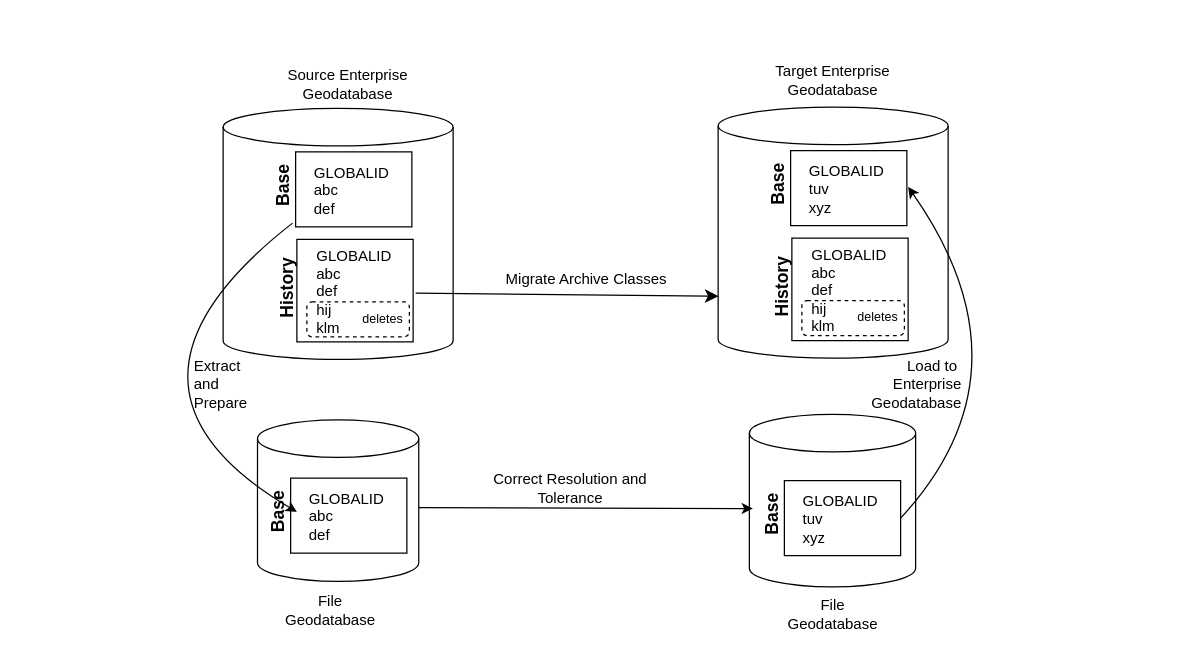
The draw.io diagram doc/archive-issue.drawio in mattyschell/cscl-migrate, before the edit. Source tidied: cells renumbered, new cells numbered last; positions are measured from the earlier drawing's top-left corner, leaving out a move shared by most shapes. Both pictures are drawn from the tidied source at 125%, with x=0, y=0 at pixel (84, 61).
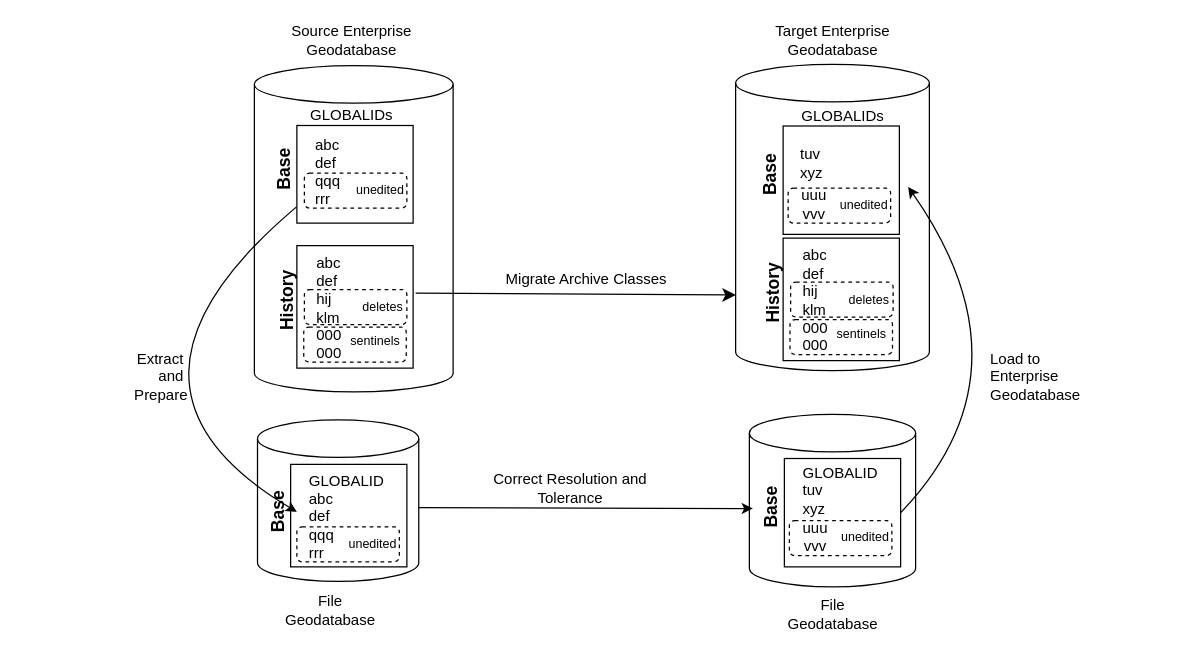
Above is the later version.

Commit message (it also covers changes not shown here):
revises diagrams for #71

Change to the diagram source:
```diff
@@
     <mxCell id="2" style="shape=cylinder3;whiteSpace=wrap;html=1;boundedLbl=1;backgroundOutline=1;size=15;" parent="1" vertex="1">
-      <mxGeometry x="111" y="37.2" width="184" height="200.8" as="geometry" />
+      <mxGeometry x="136" y="3" width="159" height="261" as="geometry" />
     </mxCell>
     <mxCell id="3" value="&lt;div&gt;Source Enterprise Geodatabase&lt;/div&gt;" style="text;html=1;align=center;verticalAlign=middle;whiteSpace=wrap;rounded=0;" parent="1" vertex="1">
-      <mxGeometry x="160" y="3" width="102" height="30" as="geometry" />
+      <mxGeometry x="163" y="-32" width="102" height="30" as="geometry" />
     </mxCell>
@@
-    <mxCell id="10" value="Extract&amp;nbsp;&lt;div&gt;and&amp;nbsp;&lt;div&gt;Prepare&lt;/div&gt;&lt;/div&gt;" style="text;html=1;align=left;verticalAlign=middle;whiteSpace=wrap;rounded=0;" parent="1" vertex="1">
-      <mxGeometry x="86" y="243" width="135" height="30" as="geometry" />
+    <mxCell id="10" value="Extract&amp;nbsp;&lt;div&gt;and&amp;nbsp;&lt;div&gt;Prepare&lt;/div&gt;&lt;/div&gt;" style="text;html=1;align=right;verticalAlign=middle;whiteSpace=wrap;rounded=0;" parent="1" vertex="1">
+      <mxGeometry x="-50" y="237" width="135" height="30" as="geometry" />
     </mxCell>
@@
     <mxCell id="13" value="&lt;div&gt;Target Enterprise Geodatabase&lt;/div&gt;" style="text;html=1;align=center;verticalAlign=middle;whiteSpace=wrap;rounded=0;" parent="1" vertex="1">
-      <mxGeometry x="547.5" width="102" height="30" as="geometry" />
+      <mxGeometry x="548" y="-32" width="102" height="30" as="geometry" />
     </mxCell>
-    <mxCell id="14" value="Load to&amp;nbsp;&lt;div&gt;Enterprise&lt;/div&gt;&lt;div&gt;Geodatabase&lt;/div&gt;" style="text;html=1;align=right;verticalAlign=middle;whiteSpace=wrap;rounded=0;" parent="1" vertex="1">
-      <mxGeometry x="566" y="243" width="138" height="30" as="geometry" />
+    <mxCell id="14" value="Load to&amp;nbsp;&lt;div&gt;Enterprise&lt;/div&gt;&lt;div&gt;Geodatabase&lt;/div&gt;" style="text;html=1;align=left;verticalAlign=middle;whiteSpace=wrap;rounded=0;" parent="1" vertex="1">
+      <mxGeometry x="723" y="237" width="138" height="30" as="geometry" />
     </mxCell>
     <mxCell id="15" style="group;" parent="1" vertex="1">
-      <mxGeometry x="144" y="69" width="118" height="63" as="geometry" />
+      <mxGeometry x="145" y="47" width="122" height="82" as="geometry" />
     </mxCell>
     <mxCell id="16" style="rounded=0;whiteSpace=wrap;html=1;" parent="15" vertex="1">
-      <mxGeometry x="25" y="3" width="93" height="60" as="geometry" />
+      <mxGeometry x="25" y="3.9" width="93" height="78.1" as="geometry" />
     </mxCell>
-    <mxCell id="17" value="GLOBALID&lt;div&gt;abc&lt;/div&gt;&lt;div&gt;def&lt;/div&gt;" style="text;html=1;whiteSpace=wrap;strokeColor=none;fillColor=none;align=left;verticalAlign=middle;rounded=0;" parent="15" vertex="1">
-      <mxGeometry x="38" y="15" width="60" height="37.2" as="geometry" />
+    <mxCell id="17" value="&lt;div&gt;&lt;span style=&quot;color: light-dark(rgb(0, 0, 0), rgb(51, 255, 51));&quot;&gt;abc&lt;/span&gt;&lt;/div&gt;&lt;div&gt;&lt;span style=&quot;color: light-dark(rgb(0, 0, 0), rgb(51, 255, 51));&quot;&gt;def&lt;/span&gt;&lt;/div&gt;&lt;div&gt;qqq&lt;/div&gt;&lt;div&gt;rrr&lt;/div&gt;" style="text;html=1;whiteSpace=wrap;strokeColor=none;fillColor=none;align=left;verticalAlign=middle;rounded=0;" parent="15" vertex="1">
+      <mxGeometry x="38" y="16.5" width="60" height="48.5" as="geometry" />
     </mxCell>
     <mxCell id="18" value="Base" style="text;html=1;whiteSpace=wrap;strokeColor=none;fillColor=none;align=center;verticalAlign=middle;rounded=0;rotation=270;fontStyle=1;fontSize=14;" parent="15" vertex="1">
-      <mxGeometry x="-15" y="15" width="60" height="30" as="geometry" />
+      <mxGeometry x="-15" y="19.5" width="60" height="39" as="geometry" />
     </mxCell>
+    <mxCell id="46" style="rounded=1;whiteSpace=wrap;html=1;dashed=1;fillColor=none;" parent="15" vertex="1">
+      <mxGeometry x="31" y="42" width="82" height="28" as="geometry" />
+    </mxCell>
+    <mxCell id="47" value="unedited" style="text;html=1;whiteSpace=wrap;strokeColor=none;fillColor=none;align=center;verticalAlign=middle;rounded=0;fontSize=10;" parent="15" vertex="1">
+      <mxGeometry x="62" y="40" width="60" height="30" as="geometry" />
+    </mxCell>
     <mxCell id="19" style="group;" parent="1" vertex="1">
-      <mxGeometry x="147" y="142" width="122" height="82" as="geometry" />
+      <mxGeometry x="147" y="142" width="122" height="103" as="geometry" />
     </mxCell>
     <mxCell id="20" style="rounded=0;whiteSpace=wrap;html=1;" parent="19" vertex="1">
-      <mxGeometry x="23" width="93" height="82" as="geometry" />
+      <mxGeometry x="23" y="5" width="93" height="98" as="geometry" />
     </mxCell>
-    <mxCell id="21" value="GLOBALID&lt;div&gt;abc&lt;/div&gt;&lt;div&gt;def&lt;/div&gt;&lt;div&gt;hij&lt;/div&gt;&lt;div&gt;klm&lt;/div&gt;" style="text;html=1;whiteSpace=wrap;strokeColor=none;fillColor=none;align=left;verticalAlign=middle;rounded=0;" parent="19" vertex="1">
-      <mxGeometry x="37" y="23" width="60" height="37.2" as="geometry" />
+    <mxCell id="21" value="&lt;div&gt;&lt;span style=&quot;color: light-dark(rgb(0, 0, 0), rgb(51, 255, 51));&quot;&gt;abc&lt;/span&gt;&lt;/div&gt;&lt;div&gt;&lt;span style=&quot;color: light-dark(rgb(0, 0, 0), rgb(51, 255, 51));&quot;&gt;def&lt;/span&gt;&lt;/div&gt;&lt;div&gt;hij&lt;/div&gt;&lt;div&gt;klm&lt;/div&gt;&lt;div&gt;000&lt;/div&gt;&lt;div&gt;000&lt;/div&gt;" style="text;html=1;whiteSpace=wrap;strokeColor=none;fillColor=none;align=left;verticalAlign=middle;rounded=0;" parent="19" vertex="1">
+      <mxGeometry x="37" y="31.9" width="60" height="46.8" as="geometry" />
     </mxCell>
     <mxCell id="22" value="History" style="text;html=1;whiteSpace=wrap;strokeColor=none;fillColor=none;align=center;verticalAlign=middle;rounded=0;rotation=270;fontStyle=1;fontSize=14;" parent="19" vertex="1">
-      <mxGeometry x="-15" y="24" width="60" height="30" as="geometry" />
+      <mxGeometry x="-15" y="30.1" width="60" height="37.7" as="geometry" />
     </mxCell>
-    <mxCell id="23" style="rounded=1;whiteSpace=wrap;html=1;dashed=1;fillColor=none;" parent="19" vertex="1">
-      <mxGeometry x="31" y="50" width="82" height="28" as="geometry" />
-    </mxCell>
     <mxCell id="24" value="deletes" style="text;html=1;whiteSpace=wrap;strokeColor=none;fillColor=none;align=center;verticalAlign=middle;rounded=0;fontSize=10;" parent="19" vertex="1">
-      <mxGeometry x="62" y="48" width="60" height="30" as="geometry" />
+      <mxGeometry x="62" y="35.3" width="60" height="37.7" as="geometry" />
     </mxCell>
+    <mxCell id="48" style="rounded=1;whiteSpace=wrap;html=1;dashed=1;fillColor=none;" parent="19" vertex="1">
+      <mxGeometry x="29" y="40.1" width="82" height="28" as="geometry" />
+    </mxCell>
+    <mxCell id="49" style="rounded=1;whiteSpace=wrap;html=1;dashed=1;fillColor=none;" parent="19" vertex="1">
+      <mxGeometry x="28.5" y="70.1" width="82" height="28" as="geometry" />
+    </mxCell>
+    <mxCell id="50" value="sentinels" style="text;html=1;whiteSpace=wrap;strokeColor=none;fillColor=none;align=center;verticalAlign=middle;rounded=0;fontSize=10;" parent="19" vertex="1">
+      <mxGeometry x="56" y="66.1" width="60" height="30" as="geometry" />
+    </mxCell>
     <mxCell id="25" style="group;" parent="1" vertex="1">
-      <mxGeometry x="140" y="330" width="118" height="63" as="geometry" />
+      <mxGeometry x="140" y="330" width="121" height="74" as="geometry" />
     </mxCell>
     <mxCell id="26" style="rounded=0;whiteSpace=wrap;html=1;" parent="25" vertex="1">
-      <mxGeometry x="25" y="3" width="93" height="60" as="geometry" />
+      <mxGeometry x="25" y="-8" width="93" height="82" as="geometry" />
     </mxCell>
-    <mxCell id="27" value="GLOBALID&lt;div&gt;abc&lt;/div&gt;&lt;div&gt;def&lt;/div&gt;" style="text;html=1;whiteSpace=wrap;strokeColor=none;fillColor=none;align=left;verticalAlign=middle;rounded=0;" parent="25" vertex="1">
+    <mxCell id="27" value="GLOBALID&lt;div&gt;&lt;span style=&quot;color: light-dark(rgb(0, 0, 0), rgb(51, 255, 51));&quot;&gt;abc&lt;/span&gt;&lt;/div&gt;&lt;div&gt;&lt;span style=&quot;color: light-dark(rgb(0, 0, 0), rgb(51, 255, 51));&quot;&gt;def&lt;/span&gt;&lt;/div&gt;&lt;div&gt;qqq&lt;/div&gt;&lt;div&gt;rrr&lt;/div&gt;" style="text;html=1;whiteSpace=wrap;strokeColor=none;fillColor=none;align=left;verticalAlign=middle;rounded=0;" parent="25" vertex="1">
       <mxGeometry x="38" y="15" width="60" height="37.2" as="geometry" />
     </mxCell>
@@
+    <mxCell id="51" style="rounded=1;whiteSpace=wrap;html=1;dashed=1;fillColor=none;" parent="25" vertex="1">
+      <mxGeometry x="30" y="42" width="82" height="28" as="geometry" />
+    </mxCell>
+    <mxCell id="52" value="unedited" style="text;html=1;whiteSpace=wrap;strokeColor=none;fillColor=none;align=center;verticalAlign=middle;rounded=0;fontSize=10;" parent="25" vertex="1">
+      <mxGeometry x="61" y="40" width="60" height="30" as="geometry" />
+    </mxCell>
     <mxCell id="29" style="group;" parent="1" vertex="1">
-      <mxGeometry x="535" y="332" width="118" height="63" as="geometry" />
+      <mxGeometry x="535" y="313" width="120" height="91" as="geometry" />
     </mxCell>
     <mxCell id="30" style="rounded=0;whiteSpace=wrap;html=1;" parent="29" vertex="1">
-      <mxGeometry x="25" y="3" width="93" height="60" as="geometry" />
+      <mxGeometry x="25" y="4.3" width="93" height="86.7" as="geometry" />
     </mxCell>
     <mxCell id="31" value="GLOBALID&lt;div&gt;&lt;font style=&quot;color: light-dark(rgb(0, 0, 0), rgb(255, 0, 0));&quot;&gt;tuv&lt;/font&gt;&lt;/div&gt;&lt;div&gt;&lt;font style=&quot;color: light-dark(rgb(0, 0, 0), rgb(255, 0, 0));&quot;&gt;xyz&lt;/font&gt;&lt;/div&gt;" style="text;html=1;whiteSpace=wrap;strokeColor=none;fillColor=none;align=left;verticalAlign=middle;rounded=0;" parent="29" vertex="1">
-      <mxGeometry x="38" y="15" width="60" height="37.2" as="geometry" />
+      <mxGeometry x="38" y="2.7" width="60" height="53.8" as="geometry" />
     </mxCell>
     <mxCell id="32" value="Base" style="text;html=1;whiteSpace=wrap;strokeColor=none;fillColor=none;align=center;verticalAlign=middle;rounded=0;rotation=270;fontStyle=1;fontSize=14;" parent="29" vertex="1">
-      <mxGeometry x="-15" y="15" width="60" height="30" as="geometry" />
+      <mxGeometry x="-15" y="21.7" width="60" height="43.3" as="geometry" />
     </mxCell>
+    <mxCell id="53" value="uuu&lt;div&gt;vvv&lt;/div&gt;" style="text;html=1;whiteSpace=wrap;strokeColor=none;fillColor=none;align=center;verticalAlign=middle;rounded=0;" parent="29" vertex="1">
+      <mxGeometry x="20" y="52" width="60" height="30" as="geometry" />
+    </mxCell>
+    <mxCell id="54" style="rounded=1;whiteSpace=wrap;html=1;dashed=1;fillColor=none;" parent="29" vertex="1">
+      <mxGeometry x="29" y="54" width="82" height="28" as="geometry" />
+    </mxCell>
+    <mxCell id="55" value="unedited" style="text;html=1;whiteSpace=wrap;strokeColor=none;fillColor=none;align=center;verticalAlign=middle;rounded=0;fontSize=10;" parent="29" vertex="1">
+      <mxGeometry x="60" y="52" width="60" height="30" as="geometry" />
+    </mxCell>
     <mxCell id="33" style="shape=cylinder3;whiteSpace=wrap;html=1;boundedLbl=1;backgroundOutline=1;size=15;" parent="1" vertex="1">
-      <mxGeometry x="507" y="36.2" width="184" height="200.8" as="geometry" />
+      <mxGeometry x="521" y="2" width="155" height="245" as="geometry" />
     </mxCell>
-    <mxCell id="34" style="group;" parent="1" vertex="1">
-      <mxGeometry x="540" y="68" width="118" height="63" as="geometry" />
-    </mxCell>
-    <mxCell id="35" style="rounded=0;whiteSpace=wrap;html=1;" parent="34" vertex="1">
-      <mxGeometry x="25" y="3" width="93" height="60" as="geometry" />
-    </mxCell>
-    <mxCell id="36" value="GLOBALID&lt;div&gt;&lt;font style=&quot;color: light-dark(rgb(0, 0, 0), rgb(255, 0, 0));&quot;&gt;tuv&lt;/font&gt;&lt;/div&gt;&lt;div&gt;&lt;font style=&quot;color: light-dark(rgb(0, 0, 0), rgb(255, 0, 0));&quot;&gt;xyz&lt;/font&gt;&lt;/div&gt;" style="text;html=1;whiteSpace=wrap;strokeColor=none;fillColor=none;align=left;verticalAlign=middle;rounded=0;" parent="34" vertex="1">
-      <mxGeometry x="38" y="15" width="60" height="37.2" as="geometry" />
-    </mxCell>
-    <mxCell id="37" value="Base" style="text;html=1;whiteSpace=wrap;strokeColor=none;fillColor=none;align=center;verticalAlign=middle;rounded=0;rotation=270;fontStyle=1;fontSize=14;" parent="34" vertex="1">
-      <mxGeometry x="-15" y="15" width="60" height="30" as="geometry" />
-    </mxCell>
-    <mxCell id="38" style="group;" parent="1" vertex="1">
-      <mxGeometry x="543" y="141" width="122" height="82" as="geometry" />
-    </mxCell>
-    <mxCell id="39" style="rounded=0;whiteSpace=wrap;html=1;" parent="38" vertex="1">
-      <mxGeometry x="23" width="93" height="82" as="geometry" />
-    </mxCell>
-    <mxCell id="40" value="GLOBALID&lt;div&gt;abc&lt;/div&gt;&lt;div&gt;def&lt;/div&gt;&lt;div&gt;hij&lt;/div&gt;&lt;div&gt;klm&lt;/div&gt;" style="text;html=1;whiteSpace=wrap;strokeColor=none;fillColor=none;align=left;verticalAlign=middle;rounded=0;" parent="38" vertex="1">
-      <mxGeometry x="37" y="23" width="60" height="37.2" as="geometry" />
-    </mxCell>
-    <mxCell id="41" value="History" style="text;html=1;whiteSpace=wrap;strokeColor=none;fillColor=none;align=center;verticalAlign=middle;rounded=0;rotation=270;fontStyle=1;fontSize=14;" parent="38" vertex="1">
-      <mxGeometry x="-15" y="24" width="60" height="30" as="geometry" />
-    </mxCell>
-    <mxCell id="42" style="rounded=1;whiteSpace=wrap;html=1;dashed=1;fillColor=none;" parent="38" vertex="1">
-      <mxGeometry x="31" y="50" width="82" height="28" as="geometry" />
-    </mxCell>
-    <mxCell id="43" value="deletes" style="text;html=1;whiteSpace=wrap;strokeColor=none;fillColor=none;align=center;verticalAlign=middle;rounded=0;fontSize=10;" parent="38" vertex="1">
-      <mxGeometry x="62" y="48" width="60" height="30" as="geometry" />
-    </mxCell>
@@
+    <mxCell id="56" value="GLOBALIDs" style="text;html=1;whiteSpace=wrap;strokeColor=none;fillColor=none;align=center;verticalAlign=middle;rounded=0;" parent="1" vertex="1">
+      <mxGeometry x="184" y="28" width="60" height="30" as="geometry" />
+    </mxCell>
+    <mxCell id="57" value="GLOBALIDs" style="text;html=1;whiteSpace=wrap;strokeColor=none;fillColor=none;align=center;verticalAlign=middle;rounded=0;" parent="1" vertex="1">
+      <mxGeometry x="577" y="29" width="60" height="30" as="geometry" />
+    </mxCell>
+    <mxCell id="58" style="group;" parent="1" vertex="1">
+      <mxGeometry x="536" y="136" width="122" height="103" as="geometry" />
+    </mxCell>
+    <mxCell id="59" style="rounded=0;whiteSpace=wrap;html=1;" parent="58" vertex="1">
+      <mxGeometry x="23" y="5" width="93" height="98" as="geometry" />
+    </mxCell>
+    <mxCell id="60" value="&lt;div&gt;&lt;span style=&quot;color: light-dark(rgb(0, 0, 0), rgb(51, 255, 51));&quot;&gt;abc&lt;/span&gt;&lt;/div&gt;&lt;div&gt;&lt;span style=&quot;color: light-dark(rgb(0, 0, 0), rgb(51, 255, 51));&quot;&gt;def&lt;/span&gt;&lt;/div&gt;&lt;div&gt;hij&lt;/div&gt;&lt;div&gt;klm&lt;/div&gt;&lt;div&gt;000&lt;/div&gt;&lt;div&gt;000&lt;/div&gt;" style="text;html=1;whiteSpace=wrap;strokeColor=none;fillColor=none;align=left;verticalAlign=middle;rounded=0;" parent="58" vertex="1">
+      <mxGeometry x="37" y="31.9" width="60" height="46.8" as="geometry" />
+    </mxCell>
+    <mxCell id="41" value="History" style="text;html=1;whiteSpace=wrap;strokeColor=none;fillColor=none;align=center;verticalAlign=middle;rounded=0;rotation=270;fontStyle=1;fontSize=14;" parent="58" vertex="1">
+      <mxGeometry x="-15" y="30.1" width="60" height="37.7" as="geometry" />
+    </mxCell>
+    <mxCell id="43" value="deletes" style="text;html=1;whiteSpace=wrap;strokeColor=none;fillColor=none;align=center;verticalAlign=middle;rounded=0;fontSize=10;" parent="58" vertex="1">
+      <mxGeometry x="62" y="35.3" width="60" height="37.7" as="geometry" />
+    </mxCell>
+    <mxCell id="61" style="rounded=1;whiteSpace=wrap;html=1;dashed=1;fillColor=none;" parent="58" vertex="1">
+      <mxGeometry x="29" y="40.1" width="82" height="28" as="geometry" />
+    </mxCell>
+    <mxCell id="62" style="rounded=1;whiteSpace=wrap;html=1;dashed=1;fillColor=none;" parent="58" vertex="1">
+      <mxGeometry x="28.5" y="70.1" width="82" height="28" as="geometry" />
+    </mxCell>
+    <mxCell id="63" value="sentinels" style="text;html=1;whiteSpace=wrap;strokeColor=none;fillColor=none;align=center;verticalAlign=middle;rounded=0;fontSize=10;" parent="58" vertex="1">
+      <mxGeometry x="56" y="66.1" width="60" height="30" as="geometry" />
+    </mxCell>
+    <mxCell id="64" style="group;" parent="1" vertex="1">
+      <mxGeometry x="534" y="47" width="120" height="91" as="geometry" />
+    </mxCell>
+    <mxCell id="65" style="rounded=0;whiteSpace=wrap;html=1;" parent="64" vertex="1">
+      <mxGeometry x="25" y="4.3" width="93" height="86.7" as="geometry" />
+    </mxCell>
+    <mxCell id="66" value="&lt;div&gt;&lt;font style=&quot;color: light-dark(rgb(0, 0, 0), rgb(255, 0, 0));&quot;&gt;tuv&lt;/font&gt;&lt;/div&gt;&lt;div&gt;&lt;font style=&quot;color: light-dark(rgb(0, 0, 0), rgb(255, 0, 0));&quot;&gt;xyz&lt;/font&gt;&lt;/div&gt;" style="text;html=1;whiteSpace=wrap;strokeColor=none;fillColor=none;align=left;verticalAlign=middle;rounded=0;" parent="64" vertex="1">
+      <mxGeometry x="37" y="6.7" width="60" height="53.8" as="geometry" />
+    </mxCell>
+    <mxCell id="37" value="Base" style="text;html=1;whiteSpace=wrap;strokeColor=none;fillColor=none;align=center;verticalAlign=middle;rounded=0;rotation=270;fontStyle=1;fontSize=14;" parent="64" vertex="1">
+      <mxGeometry x="-15" y="21.7" width="60" height="43.3" as="geometry" />
+    </mxCell>
+    <mxCell id="67" value="uuu&lt;div&gt;vvv&lt;/div&gt;" style="text;html=1;whiteSpace=wrap;strokeColor=none;fillColor=none;align=center;verticalAlign=middle;rounded=0;" parent="64" vertex="1">
+      <mxGeometry x="20" y="52" width="60" height="30" as="geometry" />
+    </mxCell>
+    <mxCell id="68" style="rounded=1;whiteSpace=wrap;html=1;dashed=1;fillColor=none;" parent="64" vertex="1">
+      <mxGeometry x="29" y="54" width="82" height="28" as="geometry" />
+    </mxCell>
+    <mxCell id="69" value="unedited" style="text;html=1;whiteSpace=wrap;strokeColor=none;fillColor=none;align=center;verticalAlign=middle;rounded=0;fontSize=10;" parent="64" vertex="1">
+      <mxGeometry x="60" y="52" width="60" height="30" as="geometry" />
+    </mxCell>
```
